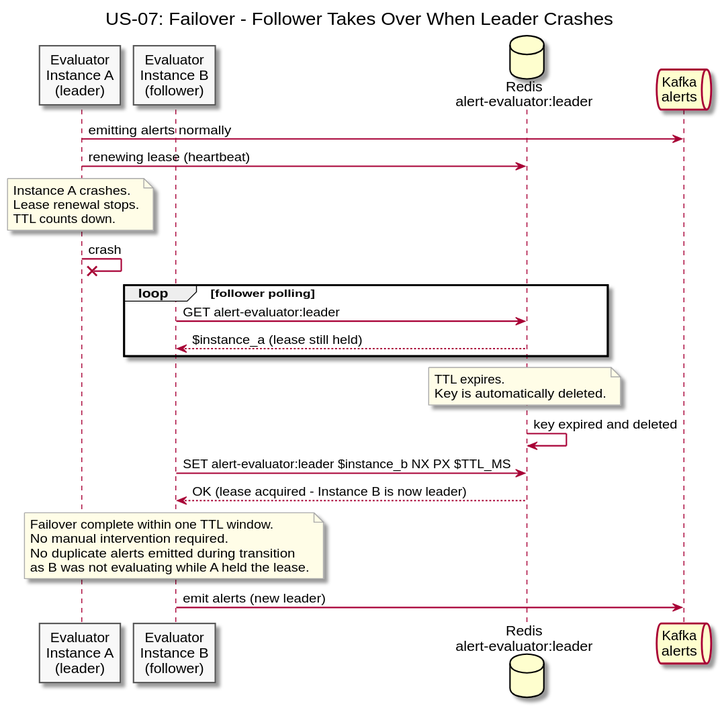
This is diagrams/docs/use-cases/US-07-duplicate-free-alerts/failover.svg from Buffden/sentinel, a PlantUML export, as it was before one commit. The source it was exported from:
```plantuml
@startuml failover
title US-07: Failover - Follower Takes Over When Leader Crashes

skinparam sequenceArrowThickness 1.5
skinparam participantBorderColor #555555
skinparam participantBackgroundColor #F8F8F8
skinparam noteBorderColor #AAAAAA
skinparam noteBackgroundColor #FFFDE7

participant "Evaluator\nInstance A\n(leader)" as A
participant "Evaluator\nInstance B\n(follower)" as B
database "Redis\nalert-evaluator:leader" as Redis
queue "Kafka\nalerts" as Kafka

A -> Kafka : emitting alerts normally
A -> Redis : renewing lease (heartbeat)

note over A
  Instance A crashes.
  Lease renewal stops.
  TTL counts down.
end note

A ->x A : crash

loop follower polling
  B -> Redis : GET alert-evaluator:leader
  Redis --> B : $instance_a (lease still held)
end

note over Redis
  TTL expires.
  Key is automatically deleted.
end note

Redis -> Redis : key expired and deleted

B -> Redis : SET alert-evaluator:leader $instance_b NX PX $TTL_MS
Redis --> B : OK (lease acquired - Instance B is now leader)

note over B
  Failover complete within one TTL window.
  No manual intervention required.
  No duplicate alerts emitted during transition
  as B was not evaluating while A held the lease.
end note

B -> Kafka : emit alerts (new leader)

@enduml
```
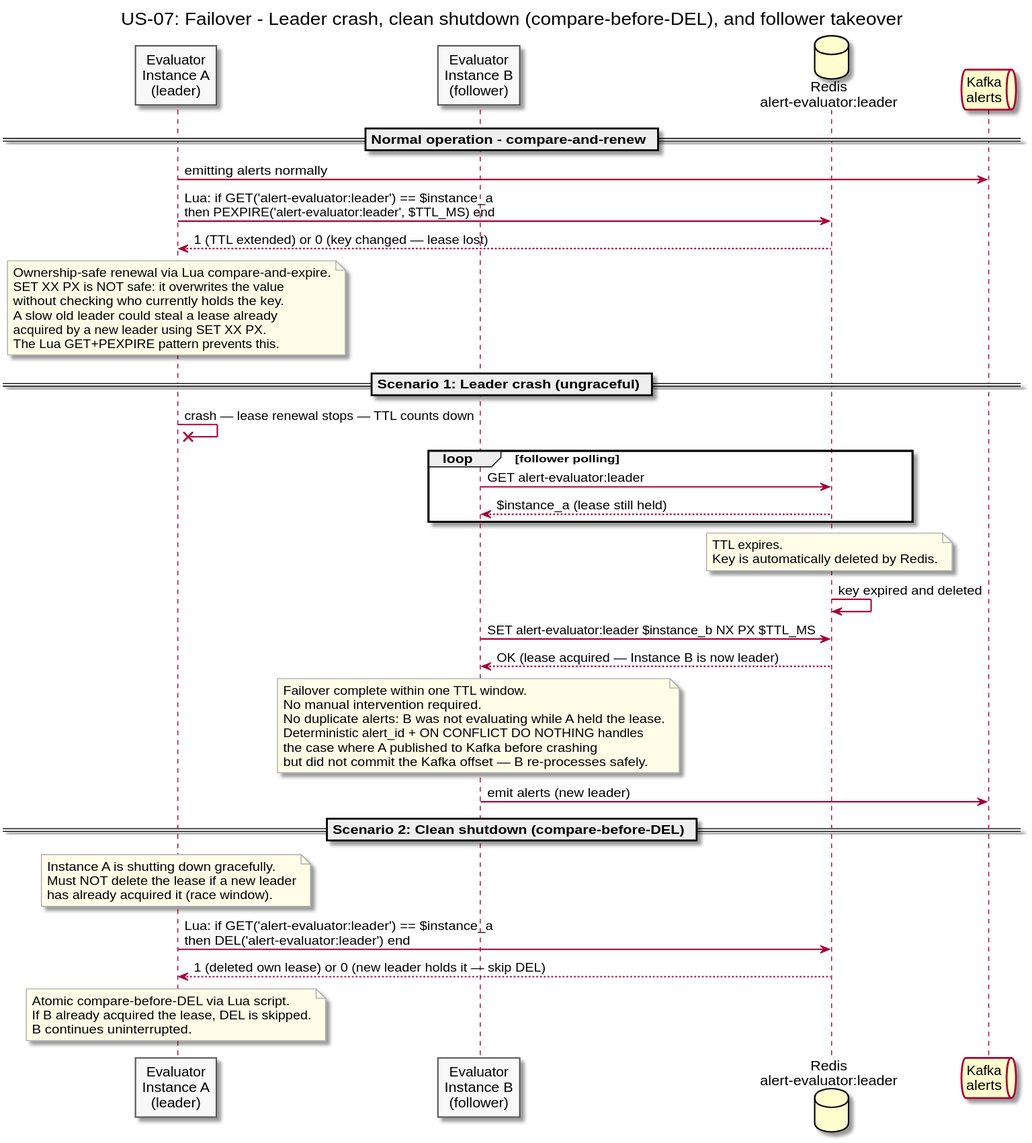
Later version of the same file.

Diff of the diagram source:
```diff
@@ -1,5 +1,5 @@
 @startuml failover
-title US-07: Failover - Follower Takes Over When Leader Crashes
+title US-07: Failover - Leader crash, clean shutdown (compare-before-DEL), and follower takeover
 
 skinparam sequenceArrowThickness 1.5
 skinparam participantBorderColor #555555
@@ -12,16 +12,24 @@
 database "Redis\nalert-evaluator:leader" as Redis
 queue "Kafka\nalerts" as Kafka
 
+== Normal operation - compare-and-renew ==
+
 A -> Kafka : emitting alerts normally
-A -> Redis : renewing lease (heartbeat)
+A -> Redis : Lua: if GET('alert-evaluator:leader') == $instance_a\nthen PEXPIRE('alert-evaluator:leader', $TTL_MS) end
+Redis --> A : 1 (TTL extended) or 0 (key changed — lease lost)
 
 note over A
-  Instance A crashes.
-  Lease renewal stops.
-  TTL counts down.
+  Ownership-safe renewal via Lua compare-and-expire.
+  SET XX PX is NOT safe: it overwrites the value
+  without checking who currently holds the key.
+  A slow old leader could steal a lease already
+  acquired by a new leader using SET XX PX.
+  The Lua GET+PEXPIRE pattern prevents this.
 end note
 
-A ->x A : crash
+== Scenario 1: Leader crash (ungraceful) ==
+
+A ->x A : crash — lease renewal stops — TTL counts down
 
 loop follower polling
   B -> Redis : GET alert-evaluator:leader
@@ -30,21 +38,40 @@
 
 note over Redis
   TTL expires.
-  Key is automatically deleted.
+  Key is automatically deleted by Redis.
 end note
 
 Redis -> Redis : key expired and deleted
 
 B -> Redis : SET alert-evaluator:leader $instance_b NX PX $TTL_MS
-Redis --> B : OK (lease acquired - Instance B is now leader)
+Redis --> B : OK (lease acquired — Instance B is now leader)
 
 note over B
   Failover complete within one TTL window.
   No manual intervention required.
-  No duplicate alerts emitted during transition
-  as B was not evaluating while A held the lease.
+  No duplicate alerts: B was not evaluating while A held the lease.
+  Deterministic alert_id + ON CONFLICT DO NOTHING handles
+  the case where A published to Kafka before crashing
+  but did not commit the Kafka offset — B re-processes safely.
 end note
 
 B -> Kafka : emit alerts (new leader)
 
+== Scenario 2: Clean shutdown (compare-before-DEL) ==
+
+note over A
+  Instance A is shutting down gracefully.
+  Must NOT delete the lease if a new leader
+  has already acquired it (race window).
+end note
+
+A -> Redis : Lua: if GET('alert-evaluator:leader') == $instance_a\nthen DEL('alert-evaluator:leader') end
+Redis --> A : 1 (deleted own lease) or 0 (new leader holds it — skip DEL)
+
+note over A
+  Atomic compare-before-DEL via Lua script.
+  If B already acquired the lease, DEL is skipped.
+  B continues uninterrupted.
+end note
+
 @enduml
```
